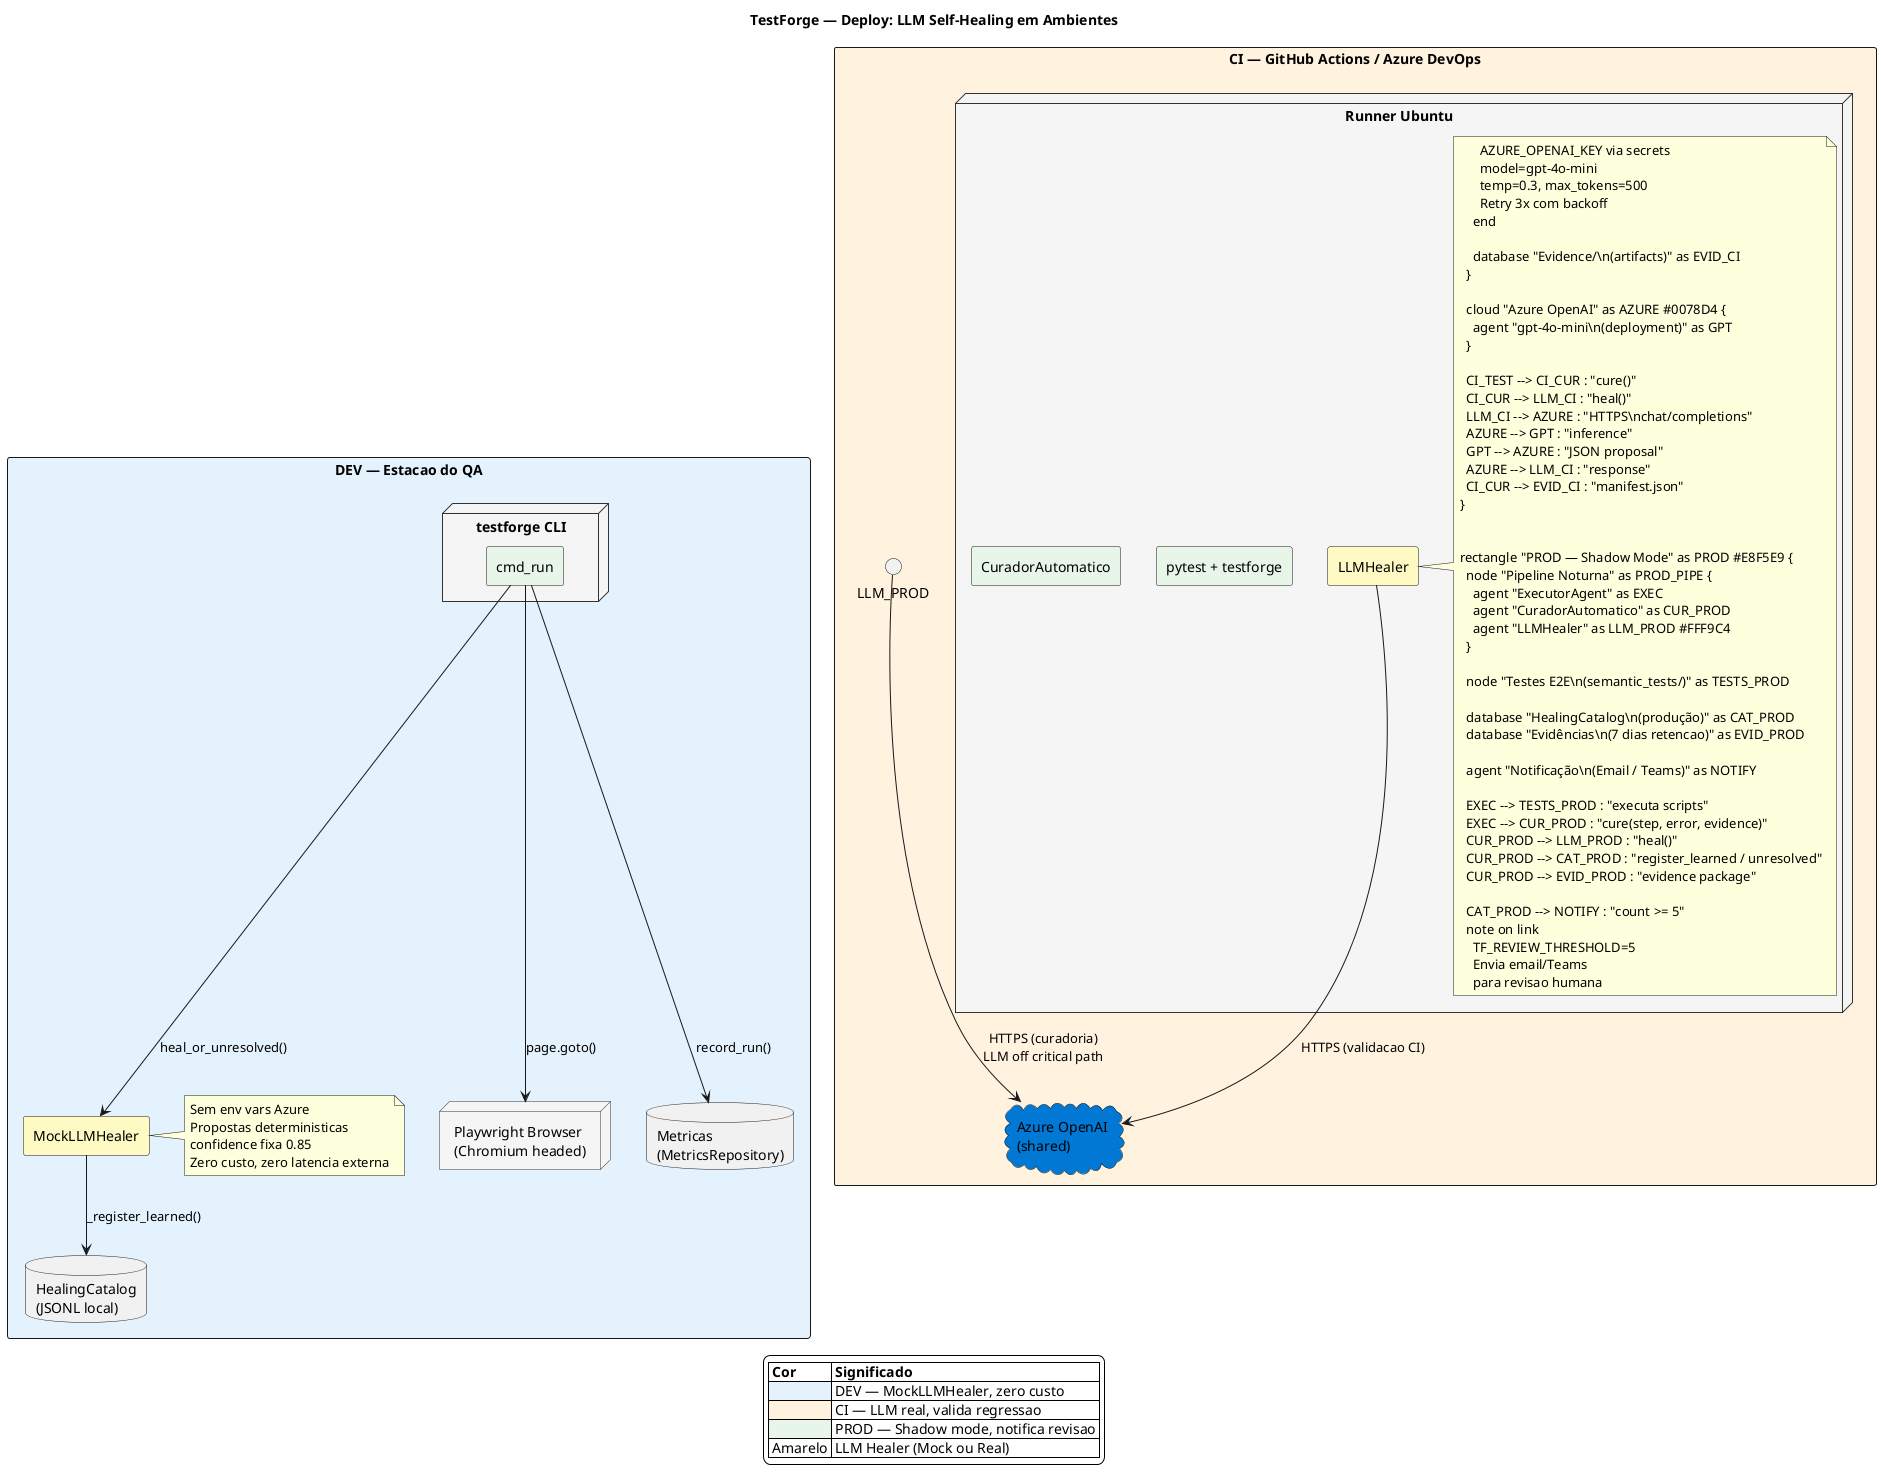
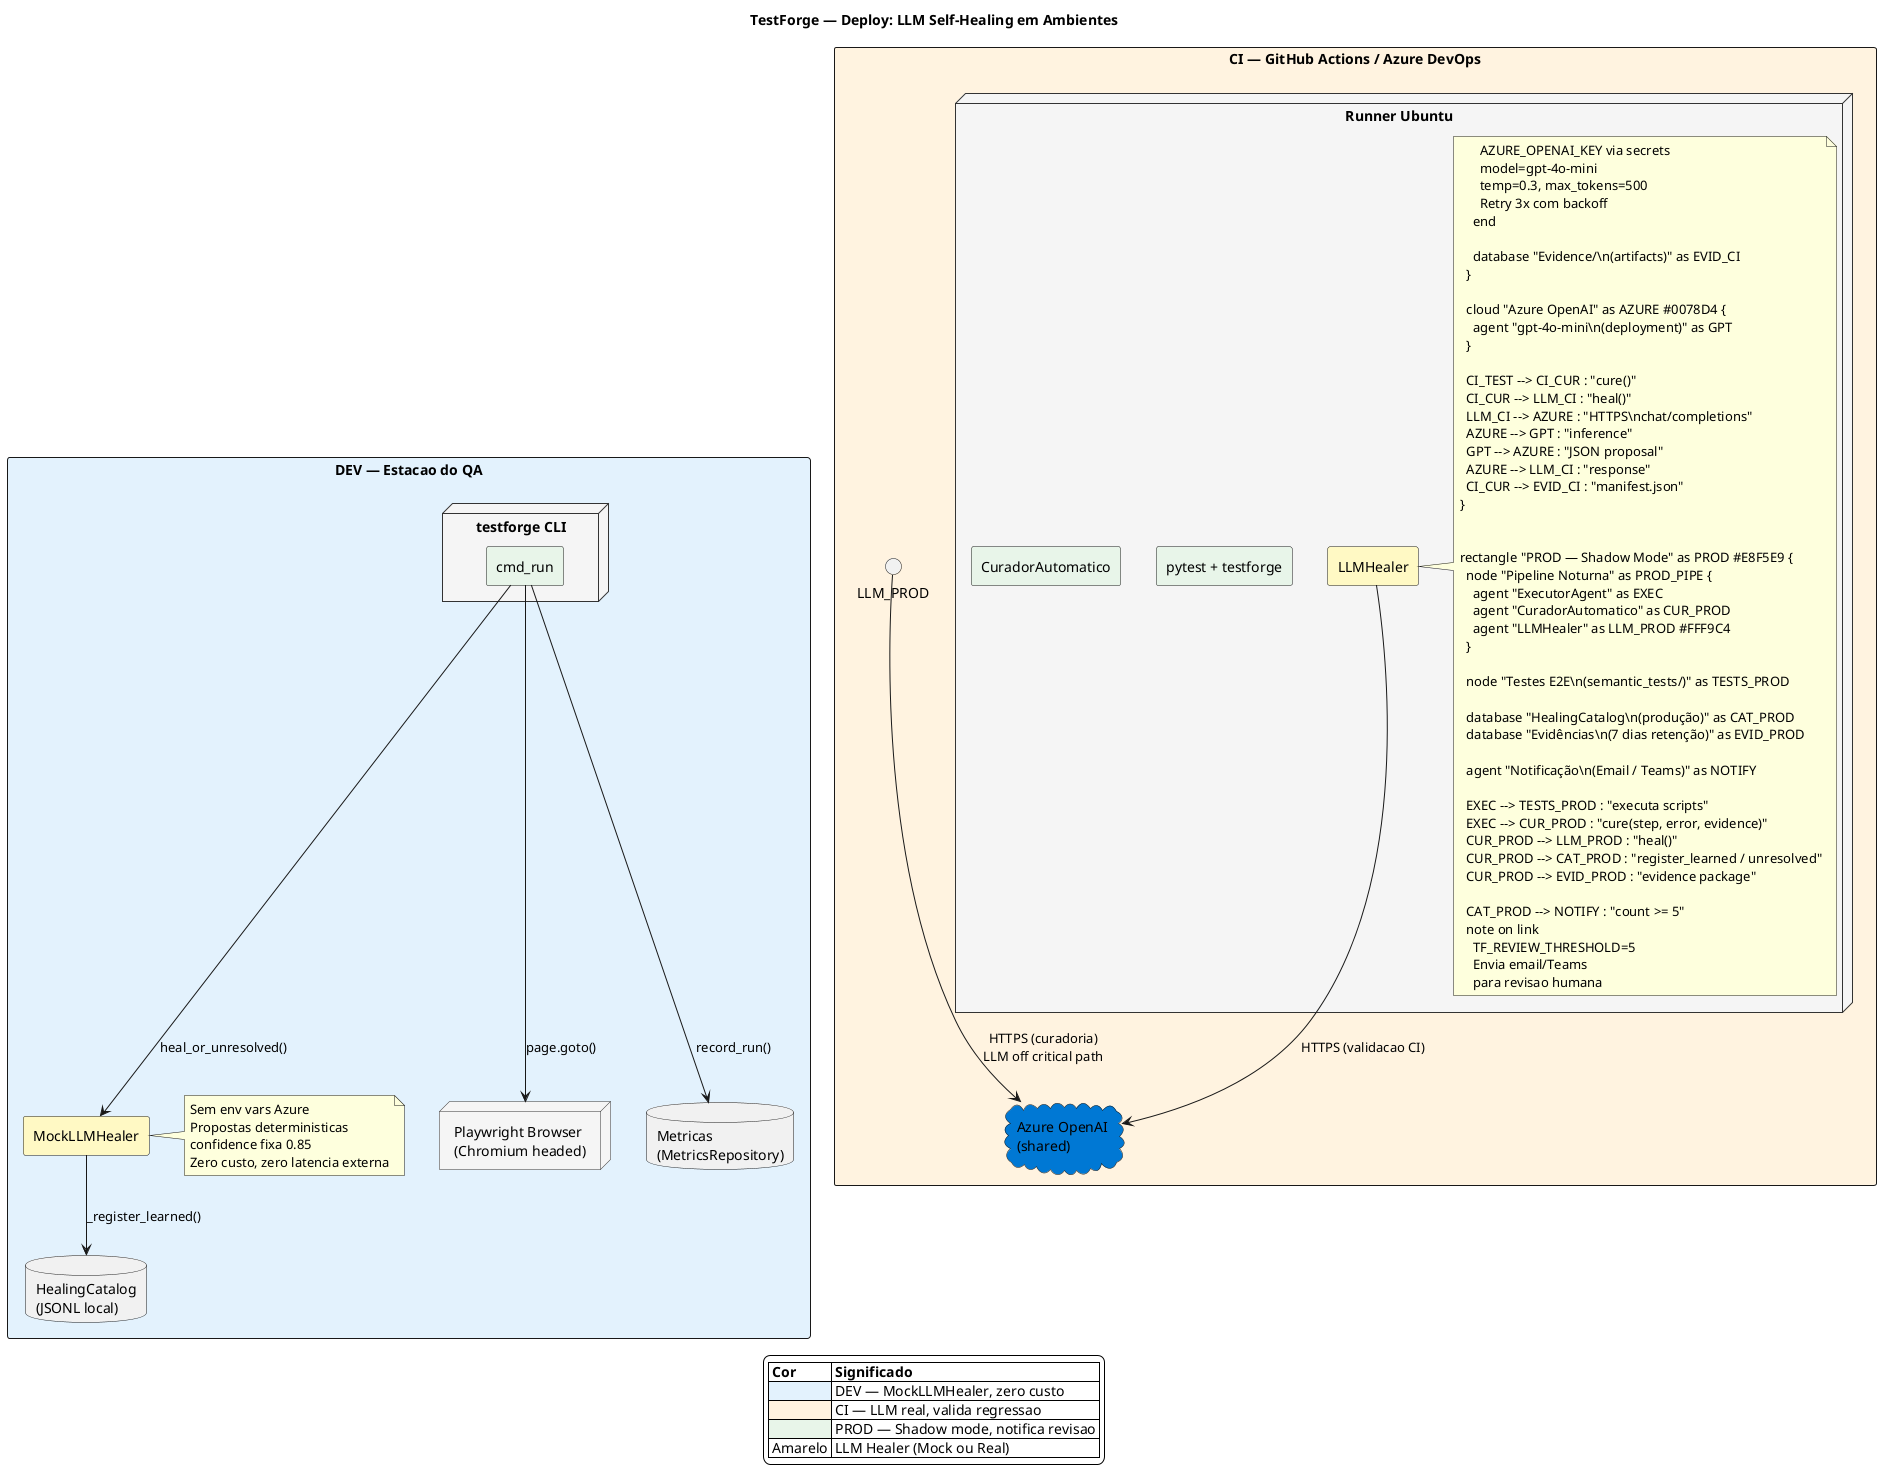
@startuml
title TestForge — Deploy: LLM Self-Healing em Ambientes

skinparam backgroundColor #FFFFFF
skinparam nodeBackgroundColor #F5F5F5
skinparam nodeBorderColor #333333
skinparam agentBackgroundColor #E8F5E9

' === Ambiente: Dev Local ===

rectangle "DEV — Estacao do QA" as DEV #E3F2FD {
  node "testforge CLI" as CLI_DEV {
    agent "cmd_run" as CMD_DEV
  }

  node "Playwright Browser\n(Chromium headed)" as BROWSER_DEV

  agent "MockLLMHealer" as MOCK_DEV #FFF9C4
  note right of MOCK_DEV
    Sem env vars Azure
    Propostas deterministicas
    confidence fixa 0.85
    Zero custo, zero latencia externa
  end note

  database "HealingCatalog\n(JSONL local)" as CAT_DEV
  database "Metricas\n(MetricsRepository)" as MET_DEV

  CMD_DEV --> BROWSER_DEV : "page.goto()"
  CMD_DEV --> MOCK_DEV : "heal_or_unresolved()"
  MOCK_DEV --> CAT_DEV : "_register_learned()"
  CMD_DEV --> MET_DEV : "record_run()"
}

' === Ambiente: CI/CD Pipeline ===

rectangle "CI — GitHub Actions / Azure DevOps" as CI #FFF3E0 {
  node "Runner Ubuntu" as CI_RUNNER {
    agent "pytest + testforge" as CI_TEST
    agent "CuradorAutomatico" as CI_CUR

    agent "LLMHealer" as LLM_CI #FFF9C4
    note right of LLM_CI
      AZURE_OPENAI_KEY via secrets
      model=gpt-4o-mini
      temp=0.3, max_tokens=500
      Retry 3x com backoff
    end

    database "Evidence/\n(artifacts)" as EVID_CI
  }

  cloud "Azure OpenAI" as AZURE #0078D4 {
    agent "gpt-4o-mini\n(deployment)" as GPT
  }

  CI_TEST --> CI_CUR : "cure()"
  CI_CUR --> LLM_CI : "heal()"
  LLM_CI --> AZURE : "HTTPS\nchat/completions"
  AZURE --> GPT : "inference"
  GPT --> AZURE : "JSON proposal"
  AZURE --> LLM_CI : "response"
  CI_CUR --> EVID_CI : "manifest.json"
}

' === Ambiente: Producao (Shadow Mode) ===

rectangle "PROD — Shadow Mode" as PROD #E8F5E9 {
  node "Pipeline Noturna" as PROD_PIPE {
    agent "ExecutorAgent" as EXEC
    agent "CuradorAutomatico" as CUR_PROD
    agent "LLMHealer" as LLM_PROD #FFF9C4
  }

  node "Testes E2E\n(semantic_tests/)" as TESTS_PROD

  database "HealingCatalog\n(produção)" as CAT_PROD
-   database "Evidências\n(7 dias retencao)" as EVID_PROD
+   database "Evidências\n(7 dias retenção)" as EVID_PROD

  agent "Notificação\n(Email / Teams)" as NOTIFY

  EXEC --> TESTS_PROD : "executa scripts"
  EXEC --> CUR_PROD : "cure(step, error, evidence)"
  CUR_PROD --> LLM_PROD : "heal()"
  CUR_PROD --> CAT_PROD : "register_learned / unresolved"
  CUR_PROD --> EVID_PROD : "evidence package"

  CAT_PROD --> NOTIFY : "count >= 5"
  note on link
    TF_REVIEW_THRESHOLD=5
    Envia email/Teams
    para revisao humana
  end note
}

' === Cross-cutting ===

cloud "Azure OpenAI\n(shared)" as AZURE_SHARED #0078D4 {
}

LLM_PROD --> AZURE_SHARED : "HTTPS (curadoria)\nLLM off critical path"
LLM_CI --> AZURE_SHARED : "HTTPS (validacao CI)"

' === Legend ===

legend bottom
  |= Cor |= Significado |
  | <#E3F2FD> | DEV — MockLLMHealer, zero custo |
  | <#FFF3E0> | CI — LLM real, valida regressao |
  | <#E8F5E9> | PROD — Shadow mode, notifica revisao |
  | Amarelo | LLM Healer (Mock ou Real) |
endlegend

@enduml
